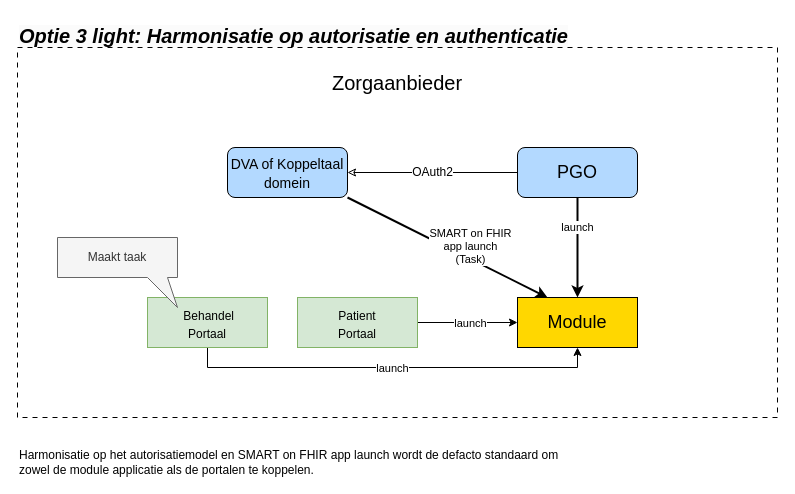
The draw.io diagram input/images/koppeltaal/optie3 light.drawio in KoppelMij/koppelmij-designs, before the edit. Source tidied: cells renumbered, new cells numbered last; positions are measured from the earlier drawing's top-left corner, leaving out a move shared by most shapes. Both pictures are drawn from the tidied source at 100%, with x=0, y=0 at pixel (17, 17).
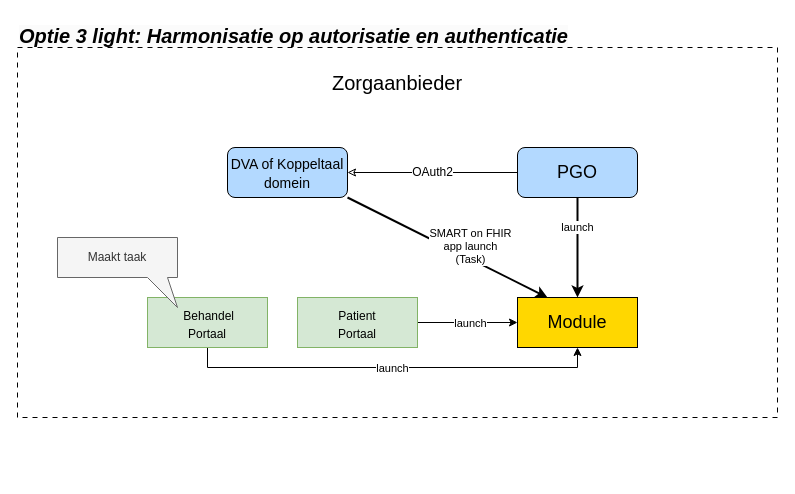
Above is the later version.

Commit message:
Remove redundant text element from `optie3 light.drawio` diagram for clarity

Change to the diagram source:
```diff
@@
-    <mxCell id="13" value="Harmonisatie op het autorisatiemodel en SMART on FHIR app launch wordt de defacto standaard om zowel de module applicatie als de portalen te koppelen." style="text;html=1;align=left;verticalAlign=middle;whiteSpace=wrap;rounded=0;" parent="1" vertex="1">
-      <mxGeometry y="430" width="560" height="30" as="geometry" />
-    </mxCell>
```
